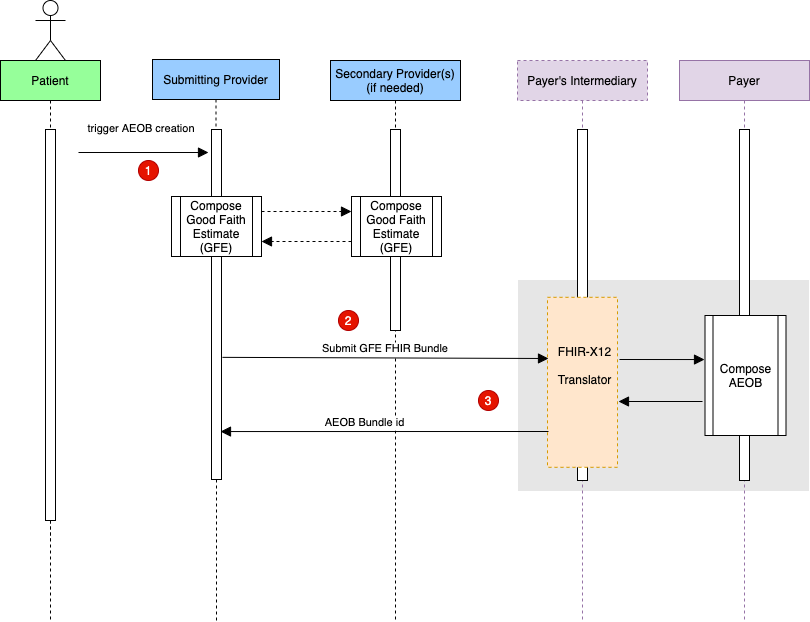
Before: input/images/SubmitAEOB.drawio.png, a diagram exported from draw.io (HL7/davinci-pct). Source tidied: cells renumbered, new cells last; positions are measured from the earlier drawing's top-left corner, leaving out a move shared by most shapes.
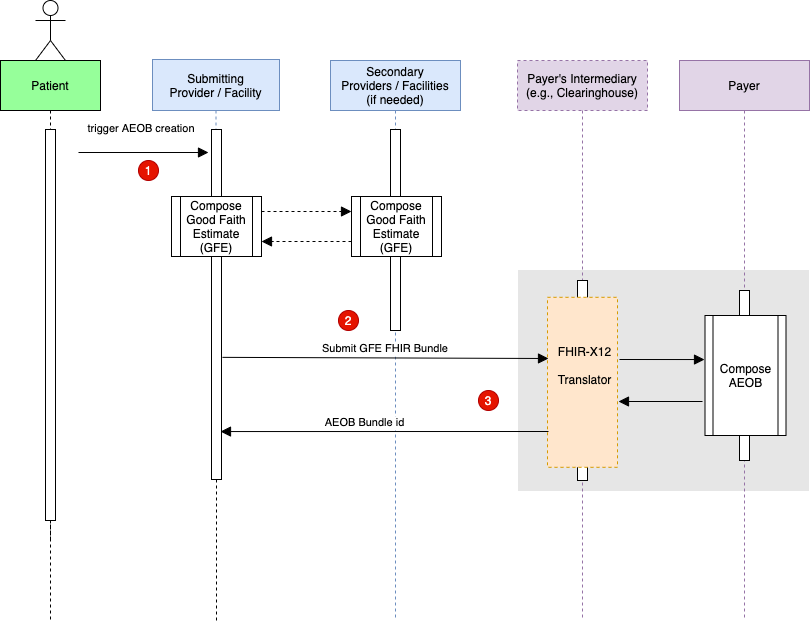
After the change.

Diff of the diagram source:
```diff
@@ -2,19 +2,19 @@
   <root>
     <mxCell id="0" />
     <mxCell id="1" parent="0" />
-    <mxCell id="2" value="Patient" style="shape=umlLifeline;perimeter=lifelinePerimeter;rounded=0;shadow=0;strokeWidth=1;fillColor=#96FF9A;" parent="1" vertex="1">
+    <mxCell id="2" value="Patient" style="shape=umlLifeline;perimeter=lifelinePerimeter;rounded=0;shadow=0;strokeWidth=1;fillColor=#96FF9A;size=50;" parent="1" vertex="1">
       <mxGeometry y="60" width="100" height="480" as="geometry" />
     </mxCell>
     <mxCell id="3" style="points=[];perimeter=orthogonalPerimeter;rounded=0;shadow=0;strokeWidth=1;" parent="2" vertex="1">
       <mxGeometry x="45" y="69" width="10" height="391" as="geometry" />
     </mxCell>
-    <mxCell id="4" value="Submitting Provider" style="shape=umlLifeline;perimeter=lifelinePerimeter;rounded=0;shadow=0;strokeWidth=1;fillColor=#99CCFF;" parent="1" vertex="1">
+    <mxCell id="4" value="Submitting&#10;Provider / Facility" style="shape=umlLifeline;perimeter=lifelinePerimeter;rounded=0;shadow=0;strokeWidth=1;fillColor=#dae8fc;size=51;strokeColor=#6c8ebf;" parent="1" vertex="1">
       <mxGeometry x="152" y="59" width="127" height="420" as="geometry" />
     </mxCell>
     <mxCell id="5" style="points=[];perimeter=orthogonalPerimeter;rounded=0;shadow=0;strokeWidth=1;" parent="4" vertex="1">
       <mxGeometry x="59" y="70" width="10" height="350" as="geometry" />
     </mxCell>
-    <mxCell id="6" value="Secondary Provider(s) &#10;(if needed)" style="shape=umlLifeline;perimeter=lifelinePerimeter;rounded=0;shadow=0;strokeWidth=1;fillColor=#99CCFF;" parent="1" vertex="1">
+    <mxCell id="6" value="Secondary&#10;Providers / Facilities&#10;(if needed)" style="shape=umlLifeline;perimeter=lifelinePerimeter;rounded=0;shadow=0;strokeWidth=1;fillColor=#dae8fc;size=50;strokeColor=#6c8ebf;" parent="1" vertex="1">
       <mxGeometry x="330" y="60" width="130" height="560" as="geometry" />
     </mxCell>
     <mxCell id="7" style="perimeter=orthogonalPerimeter;rounded=0;shadow=0;strokeWidth=1;" parent="6" vertex="1">
@@ -62,19 +62,19 @@
       <mxGeometry x="338" y="310" width="20" height="20" as="geometry" />
     </mxCell>
     <mxCell id="18" style="perimeter=orthogonalPerimeter;rounded=0;shadow=0;strokeWidth=1;fillColor=#E6E6E6;strokeColor=#E6E6E6;" parent="1" vertex="1">
-      <mxGeometry x="518" y="280" width="290" height="210" as="geometry" />
+      <mxGeometry x="518" y="270" width="290" height="220" as="geometry" />
     </mxCell>
-    <mxCell id="19" value="Payer's Intermediary" style="shape=umlLifeline;perimeter=lifelinePerimeter;rounded=0;shadow=0;strokeWidth=1;fillColor=#e1d5e7;strokeColor=#9673a6;dashed=1;" parent="1" vertex="1">
+    <mxCell id="19" value="Payer's Intermediary&#10;(e.g., Clearinghouse)" style="shape=umlLifeline;perimeter=lifelinePerimeter;rounded=0;shadow=0;strokeWidth=1;fillColor=#e1d5e7;strokeColor=#9673a6;dashed=1;size=50;" parent="1" vertex="1">
       <mxGeometry x="517" y="60" width="130" height="560" as="geometry" />
     </mxCell>
     <mxCell id="20" style="perimeter=orthogonalPerimeter;rounded=0;shadow=0;strokeWidth=1;" parent="19" vertex="1">
-      <mxGeometry x="60" y="69" width="10" height="351" as="geometry" />
+      <mxGeometry x="60" y="220" width="10" height="200" as="geometry" />
     </mxCell>
-    <mxCell id="21" value="Payer" style="shape=umlLifeline;perimeter=lifelinePerimeter;rounded=0;shadow=0;strokeWidth=1;fillColor=#e1d5e7;strokeColor=#9673a6;" parent="1" vertex="1">
+    <mxCell id="21" value="Payer" style="shape=umlLifeline;perimeter=lifelinePerimeter;rounded=0;shadow=0;strokeWidth=1;fillColor=#e1d5e7;strokeColor=#9673a6;size=50;" parent="1" vertex="1">
       <mxGeometry x="679" y="60" width="130" height="560" as="geometry" />
     </mxCell>
     <mxCell id="22" style="perimeter=orthogonalPerimeter;rounded=0;shadow=0;strokeWidth=1;" parent="21" vertex="1">
-      <mxGeometry x="60" y="69" width="10" height="351" as="geometry" />
+      <mxGeometry x="60" y="230" width="10" height="170" as="geometry" />
     </mxCell>
     <mxCell id="23" style="group;" parent="1" vertex="1">
       <mxGeometry x="549" y="300" width="70" height="170" as="geometry" />
```
